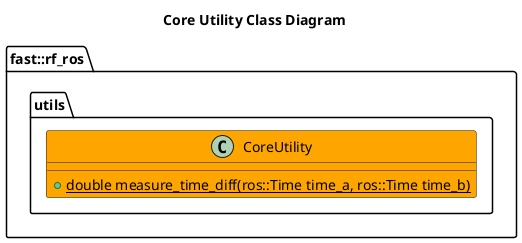
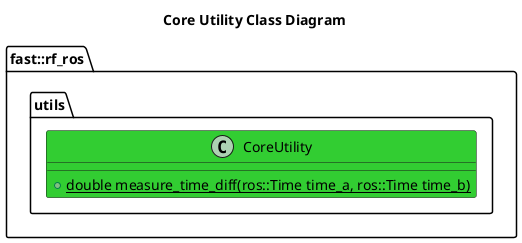
@startuml
title Core Utility Class Diagram
namespace fast::rf_ros {
    namespace utils {
-         class CoreUtility #Orange {
+         class CoreUtility #LimeGreen {
            +{static} double measure_time_diff(ros::Time time_a, ros::Time time_b)
        }
    }
}

@enduml